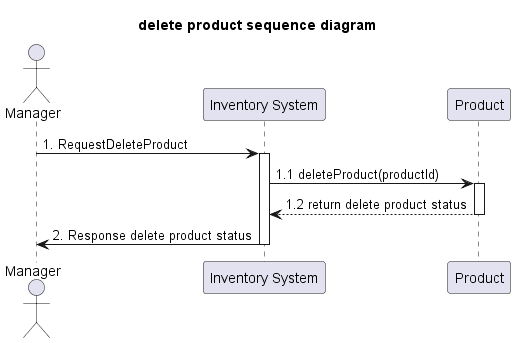
Earlier version of the PlantUML export out/system-analysis/sequence/_2_4_sequence-delete-product/_2_4_sequence-delete-product.png (billowdev/inventory-system-plantuml-sequelize-seeder-example).
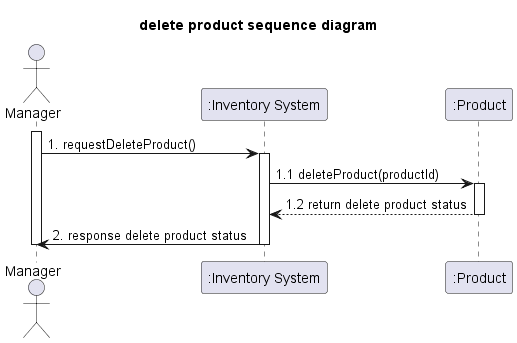
After the commit.

What changed in the source:
```diff
@@ -2,12 +2,13 @@
 title delete product sequence diagram
 
 actor Manager as actorManager
-participant "Inventory System" as InventorySystem
-participant "Product" as classProduct
+participant ":Inventory System" as InventorySystem
+participant ":Product" as classProduct
 
-actorManager -> InventorySystem: 1. RequestDeleteProduct
+activate actorManager
+
+actorManager -> InventorySystem: 1. requestDeleteProduct()
 activate InventorySystem
-
 
 InventorySystem -> classProduct: 1.1 deleteProduct(productId)
 activate classProduct
@@ -16,10 +17,9 @@
 classProduct --> InventorySystem: 1.2 return delete product status
 deactivate classProduct
 
-
-InventorySystem -> actorManager: 2. Response delete product status
+InventorySystem -> actorManager: 2. response delete product status
 deactivate InventorySystem
 
-
+deactivate actorManager
 
 @enduml
```
